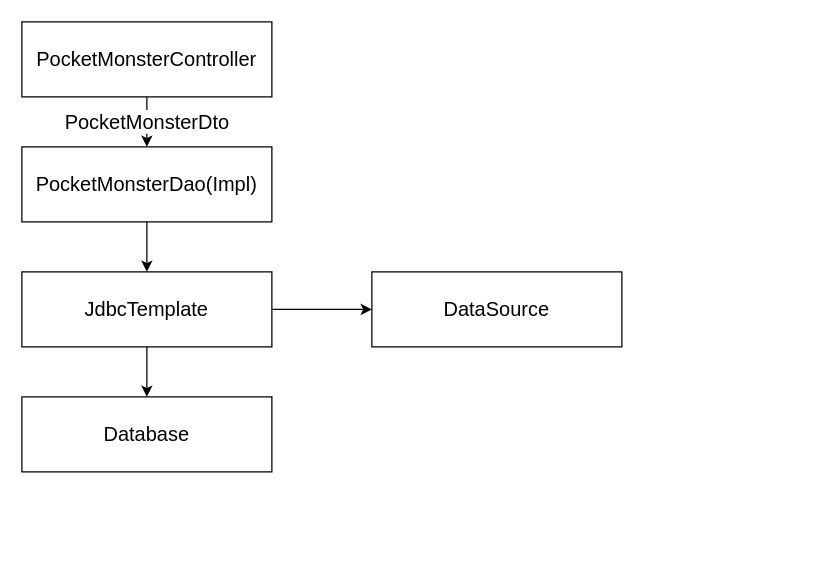
Above: page "의존성" (2 of 2) of springhome.drawio in JeongHwaP/KH10 (draw.io), before the change. Source tidied: cells renumbered, new cells numbered last; positions are measured from the earlier drawing's top-left corner, leaving out a move shared by most shapes. Both pictures are drawn from the tidied source at 125%, with x=0, y=0 at pixel (21, 21).
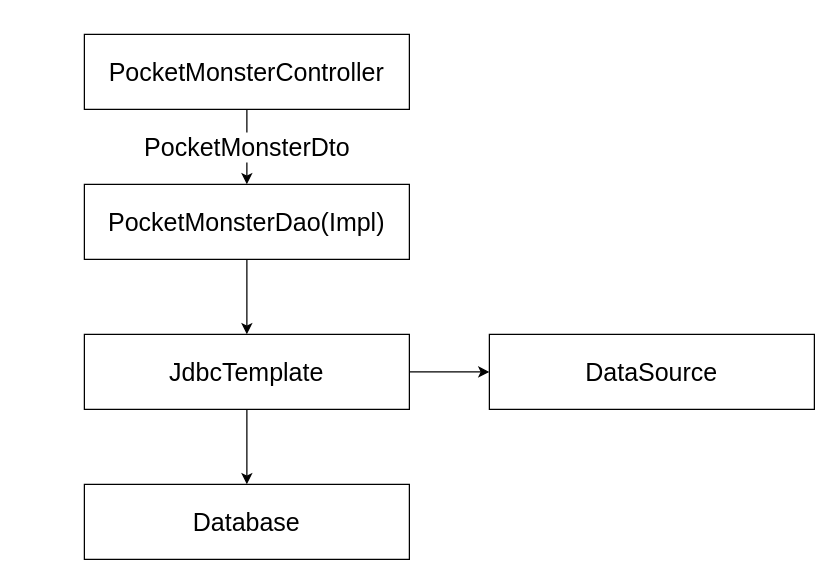
The same page after the edit.

The edit, as a diff of the source:
```diff
@@
 <mxGraphModel>
   <root>
     <mxCell id="0" />
     <mxCell id="1" parent="0" />
-    <mxCell id="2" value="PocketMonsterDto" style="edgeStyle=orthogonalEdgeStyle;rounded=0;jettySize=auto;html=1;exitX=0.5;exitY=1;exitDx=0;exitDy=0;entryX=0.5;entryY=0;entryDx=0;entryDy=0;fontSize=16;" parent="1" edge="1" source="3" target="10">
+    <mxCell id="2" value="PocketMonsterDto" style="edgeStyle=orthogonalEdgeStyle;rounded=0;jettySize=auto;html=1;exitX=0.5;exitY=1;exitDx=0;exitDy=0;entryX=0.5;entryY=0;entryDx=0;entryDy=0;fontSize=20;" parent="1" edge="1" source="3" target="10">
       <mxGeometry relative="1" as="geometry" />
     </mxCell>
-    <mxCell id="3" value="PocketMonsterController" style="rounded=0;whiteSpace=wrap;html=1;fontSize=16;" parent="1" vertex="1">
-      <mxGeometry width="200" height="60" as="geometry" />
+    <mxCell id="3" value="PocketMonsterController" style="rounded=0;whiteSpace=wrap;html=1;fontSize=20;" parent="1" vertex="1">
+      <mxGeometry x="50" y="10" width="260" height="60" as="geometry" />
     </mxCell>
-    <mxCell id="4" value="Database" style="rounded=0;whiteSpace=wrap;html=1;fontSize=16;" parent="1" vertex="1">
-      <mxGeometry y="300" width="200" height="60" as="geometry" />
+    <mxCell id="4" value="Database" style="rounded=0;whiteSpace=wrap;html=1;fontSize=20;" parent="1" vertex="1">
+      <mxGeometry x="50" y="370" width="260" height="60" as="geometry" />
     </mxCell>
-    <mxCell id="5" style="edgeStyle=orthogonalEdgeStyle;rounded=0;jettySize=auto;html=1;exitX=0.5;exitY=1;exitDx=0;exitDy=0;entryX=0.5;entryY=0;entryDx=0;entryDy=0;fontSize=16;" parent="1" edge="1" source="7" target="4">
+    <mxCell id="5" style="edgeStyle=orthogonalEdgeStyle;rounded=0;jettySize=auto;html=1;exitX=0.5;exitY=1;exitDx=0;exitDy=0;entryX=0.5;entryY=0;entryDx=0;entryDy=0;fontSize=20;" parent="1" edge="1" source="7" target="4">
       <mxGeometry relative="1" as="geometry" />
     </mxCell>
-    <mxCell id="6" style="edgeStyle=orthogonalEdgeStyle;rounded=0;jettySize=auto;html=1;exitX=1;exitY=0.5;exitDx=0;exitDy=0;entryX=0;entryY=0.5;entryDx=0;entryDy=0;fontSize=16;" parent="1" edge="1" source="7" target="8">
+    <mxCell id="6" style="edgeStyle=orthogonalEdgeStyle;rounded=0;jettySize=auto;html=1;exitX=1;exitY=0.5;exitDx=0;exitDy=0;entryX=0;entryY=0.5;entryDx=0;entryDy=0;fontSize=20;" parent="1" edge="1" source="7" target="8">
       <mxGeometry relative="1" as="geometry" />
     </mxCell>
-    <mxCell id="7" value="JdbcTemplate" style="rounded=0;whiteSpace=wrap;html=1;fontSize=16;" parent="1" vertex="1">
-      <mxGeometry y="200" width="200" height="60" as="geometry" />
+    <mxCell id="7" value="JdbcTemplate" style="rounded=0;whiteSpace=wrap;html=1;fontSize=20;" parent="1" vertex="1">
+      <mxGeometry x="50" y="250" width="260" height="60" as="geometry" />
     </mxCell>
-    <mxCell id="8" value="DataSource" style="rounded=0;whiteSpace=wrap;html=1;fontSize=16;" parent="1" vertex="1">
-      <mxGeometry x="280" y="200" width="200" height="60" as="geometry" />
+    <mxCell id="8" value="DataSource" style="rounded=0;whiteSpace=wrap;html=1;fontSize=20;" parent="1" vertex="1">
+      <mxGeometry x="374" y="250" width="260" height="60" as="geometry" />
     </mxCell>
-    <mxCell id="9" style="edgeStyle=orthogonalEdgeStyle;rounded=0;jettySize=auto;html=1;exitX=0.5;exitY=1;exitDx=0;exitDy=0;entryX=0.5;entryY=0;entryDx=0;entryDy=0;fontSize=16;" parent="1" edge="1" source="10" target="7">
+    <mxCell id="9" style="edgeStyle=orthogonalEdgeStyle;rounded=0;jettySize=auto;html=1;exitX=0.5;exitY=1;exitDx=0;exitDy=0;entryX=0.5;entryY=0;entryDx=0;entryDy=0;fontSize=20;" parent="1" edge="1" source="10" target="7">
       <mxGeometry relative="1" as="geometry" />
     </mxCell>
-    <mxCell id="10" value="PocketMonsterDao(Impl)" style="rounded=0;whiteSpace=wrap;html=1;fontSize=16;" parent="1" vertex="1">
-      <mxGeometry y="100" width="200" height="60" as="geometry" />
+    <mxCell id="10" value="PocketMonsterDao(Impl)" style="rounded=0;whiteSpace=wrap;html=1;fontSize=20;" parent="1" vertex="1">
+      <mxGeometry x="50" y="130" width="260" height="60" as="geometry" />
     </mxCell>
   </root>
 </mxGraphModel>
```
